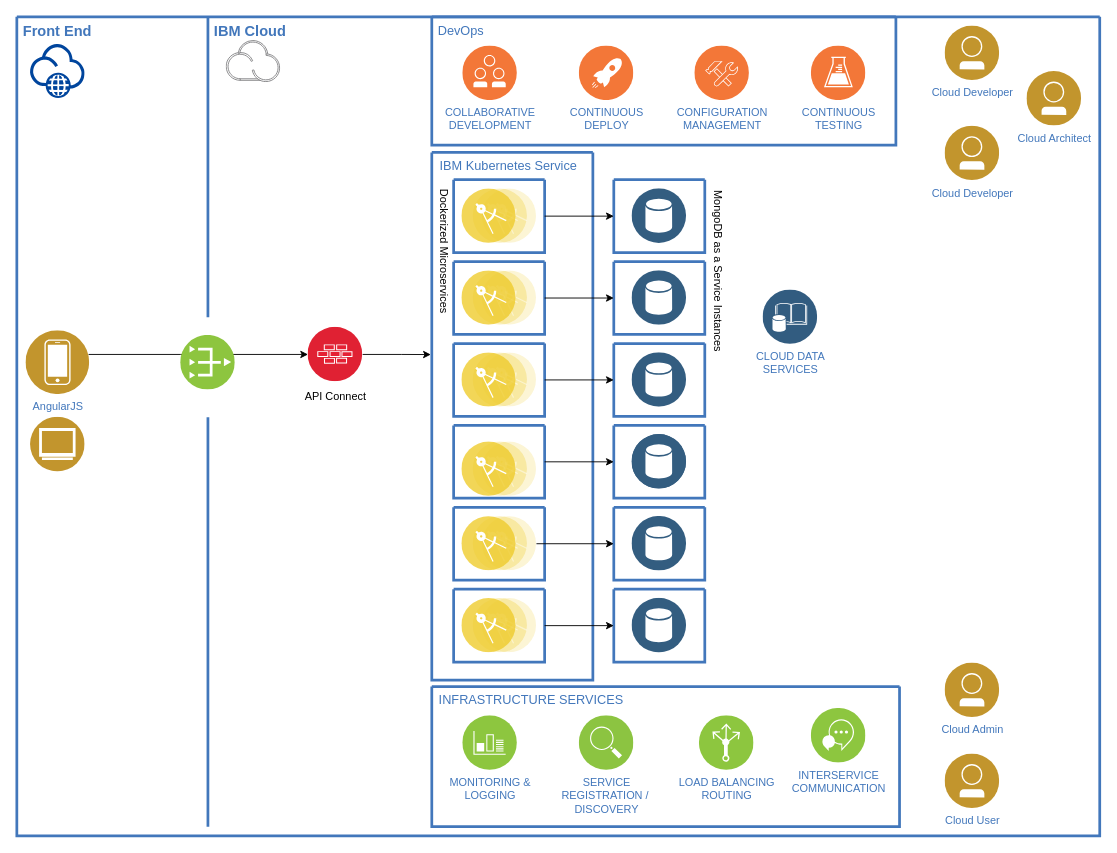
Kividi/kividi keeps this draw.io diagram as Untitled Diagram.drawio. Above is the earlier version. Source tidied: cells renumbered, new cells numbered last; positions are measured from the earlier drawing's top-left corner, leaving out a move shared by most shapes. Both pictures are drawn from the tidied source at 91%, with x=0, y=0 at pixel (16, 16).
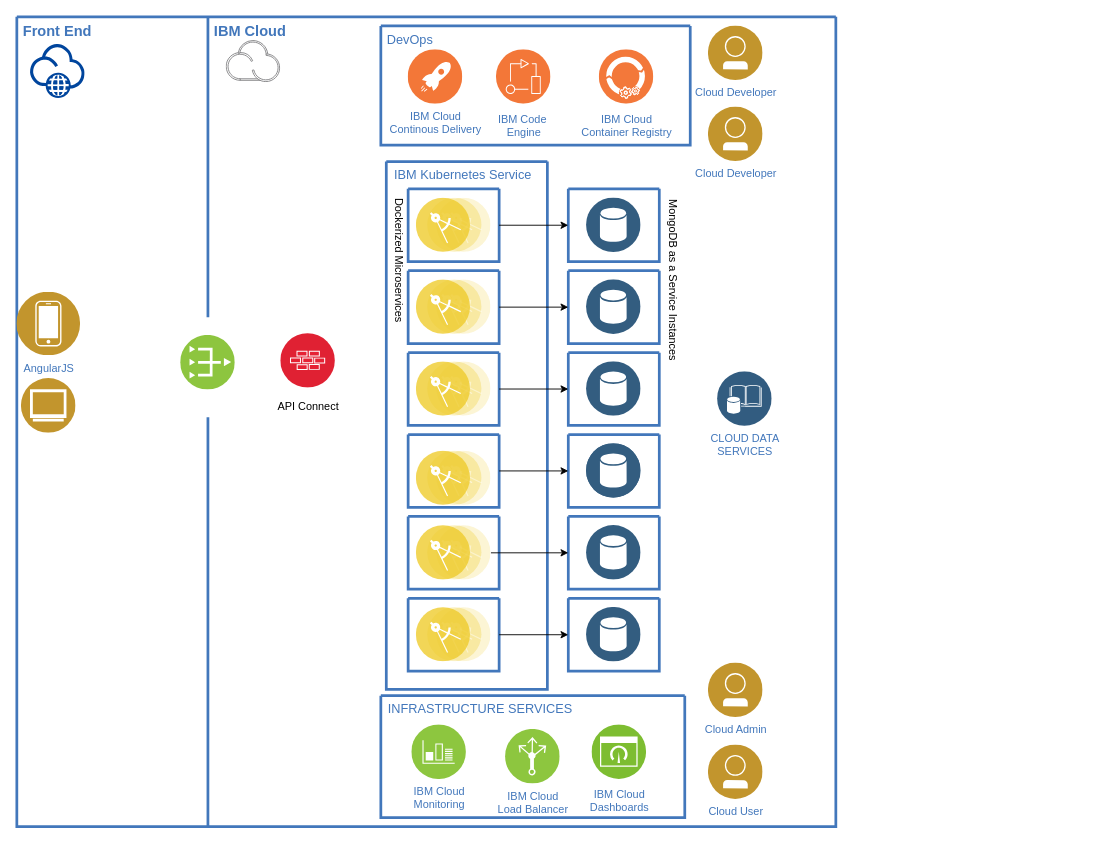
The same page after the edit.

The edit, as a diff of the source:
```diff
@@
     <mxCell id="2" style="swimlane;shadow=0;strokeColor=#4277BB;fillColor=#ffffff;fontColor=#4277BB;align=right;startSize=0;strokeWidth=3;" parent="1" vertex="1">
-      <mxGeometry width="1190" height="900" as="geometry" />
+      <mxGeometry width="900" height="890" as="geometry" />
     </mxCell>
@@
-    <mxCell id="7" value="Cloud Architect" style="perimeter=ellipsePerimeter;html=1;align=center;shadow=0;dashed=0;image;image=img/lib/ibm/users/user.svg;labelBackgroundColor=#ffffff;strokeColor=#666666;strokeWidth=3;fillColor=#C2952D;gradientColor=none;fontSize=12;fontColor=#4277BB;" parent="2" vertex="1">
-      <mxGeometry x="1110" y="60" width="60" height="60" as="geometry" />
-    </mxCell>
-    <mxCell id="8" style="edgeStyle=orthogonalEdgeStyle;rounded=0;jettySize=auto;html=1;entryX=0;entryY=0.5;entryDx=0;entryDy=0;" parent="2" edge="1" source="9" target="54">
-      <mxGeometry relative="1" as="geometry">
-        <Array as="points">
-          <mxPoint x="180" y="371" />
-          <mxPoint x="180" y="371" />
-        </Array>
-      </mxGeometry>
-    </mxCell>
     <mxCell id="9" value="AngularJS" style="perimeter=ellipsePerimeter;html=1;align=center;shadow=0;dashed=0;image;image=img/lib/ibm/users/device.svg;labelBackgroundColor=#ffffff;strokeColor=#666666;strokeWidth=3;fillColor=#C2952D;gradientColor=none;fontSize=12;fontColor=#4277BB;" parent="2" vertex="1">
-      <mxGeometry x="10" y="345" width="70" height="70" as="geometry" />
+      <mxGeometry y="302.5" width="70" height="70" as="geometry" />
     </mxCell>
     <mxCell id="10" style="swimlane;shadow=0;strokeColor=#4277BB;fillColor=#ffffff;fontColor=#4277BB;align=right;startSize=0;strokeWidth=3;" parent="2" vertex="1">
-      <mxGeometry x="456" width="510" height="141" as="geometry" />
+      <mxGeometry x="400" y="10" width="340" height="131" as="geometry" />
     </mxCell>
-    <mxCell id="11" value="COLLABORATIVE&lt;div&gt;DEVELOPMENT&lt;/div&gt;" style="perimeter=ellipsePerimeter;html=1;align=center;shadow=0;dashed=0;image;image=img/lib/ibm/devops/collaborative_development.svg;labelBackgroundColor=#ffffff;strokeColor=#666666;strokeWidth=3;fillColor=#C2952D;gradientColor=none;fontSize=12;fontColor=#4277BB;" parent="10" vertex="1">
-      <mxGeometry x="34" y="32" width="60" height="60" as="geometry" />
-    </mxCell>
-    <mxCell id="12" value="CONTINUOUS&lt;div&gt;DEPLOY&lt;/div&gt;" style="perimeter=ellipsePerimeter;html=1;align=center;shadow=0;dashed=0;image;image=img/lib/ibm/devops/continuous_deploy.svg;labelBackgroundColor=#ffffff;strokeColor=#666666;strokeWidth=3;fillColor=#C2952D;gradientColor=none;fontSize=12;fontColor=#4277BB;" parent="10" vertex="1">
-      <mxGeometry x="162" y="32" width="60" height="60" as="geometry" />
+    <mxCell id="12" value="IBM Cloud &lt;br&gt;Continous Delivery" style="perimeter=ellipsePerimeter;html=1;align=center;shadow=0;dashed=0;image;image=img/lib/ibm/devops/continuous_deploy.svg;labelBackgroundColor=#ffffff;strokeColor=#666666;strokeWidth=3;fillColor=#C2952D;gradientColor=none;fontSize=12;fontColor=#4277BB;" parent="10" vertex="1">
+      <mxGeometry x="30" y="26" width="60" height="60" as="geometry" />
     </mxCell>
-    <mxCell id="13" value="CONFIGURATION&lt;div&gt;MANAGEMENT&lt;/div&gt;" style="perimeter=ellipsePerimeter;html=1;align=center;shadow=0;dashed=0;image;image=img/lib/ibm/devops/configuration_management.svg;labelBackgroundColor=#ffffff;strokeColor=#666666;strokeWidth=3;fillColor=#C2952D;gradientColor=none;fontSize=12;fontColor=#4277BB;" parent="10" vertex="1">
-      <mxGeometry x="289" y="32" width="60" height="60" as="geometry" />
-    </mxCell>
-    <mxCell id="14" value="CONTINUOUS&lt;div&gt;TESTING&lt;/div&gt;" style="perimeter=ellipsePerimeter;html=1;align=center;shadow=0;dashed=0;image;image=img/lib/ibm/devops/continuous_testing.svg;labelBackgroundColor=#ffffff;strokeColor=#666666;strokeWidth=3;fillColor=#C2952D;gradientColor=none;fontSize=12;fontColor=#4277BB;" parent="10" vertex="1">
-      <mxGeometry x="417" y="32" width="60" height="60" as="geometry" />
-    </mxCell>
@@
+    <mxCell id="69" value="IBM Cloud &lt;br&gt;Container Registry" style="perimeter=ellipsePerimeter;html=1;align=center;shadow=0;dashed=0;fontColor=#4277BB;labelBackgroundColor=#ffffff;fontSize=12;spacingTop=3;image;image=img/lib/ibm/devops/artifact_management.svg;" parent="10" vertex="1">
+      <mxGeometry x="240" y="26" width="60" height="60" as="geometry" />
+    </mxCell>
+    <mxCell id="70" value="IBM Code&amp;nbsp;&lt;br&gt;Engine" style="perimeter=ellipsePerimeter;html=1;align=center;shadow=0;dashed=0;fontColor=#4277BB;labelBackgroundColor=#ffffff;fontSize=12;spacingTop=3;image;image=img/lib/ibm/devops/devops.svg;" parent="10" vertex="1">
+      <mxGeometry x="127" y="26" width="60" height="60" as="geometry" />
+    </mxCell>
     <mxCell id="16" style="swimlane;shadow=0;strokeColor=#4277BB;fillColor=#ffffff;fontColor=#4277BB;align=right;startSize=0;strokeWidth=3;" parent="2" vertex="1">
-      <mxGeometry x="456" y="149" width="177" height="580" as="geometry" />
+      <mxGeometry x="406" y="159" width="177" height="580" as="geometry" />
     </mxCell>
@@
     <mxCell id="51" value="CLOUD DATA&lt;div&gt;SERVICES&lt;/div&gt;" style="perimeter=ellipsePerimeter;html=1;align=center;shadow=0;dashed=0;image;image=img/lib/ibm/data/enterprise_data.svg;labelBackgroundColor=#ffffff;strokeColor=#666666;strokeWidth=3;fillColor=#C2952D;gradientColor=none;fontSize=12;fontColor=#4277BB;" parent="2" vertex="1">
-      <mxGeometry x="820" y="300" width="60" height="60" as="geometry" />
+      <mxGeometry x="770" y="390" width="60" height="60" as="geometry" />
     </mxCell>
@@
-    <mxCell id="53" style="edgeStyle=orthogonalEdgeStyle;rounded=0;jettySize=auto;html=1;exitX=1;exitY=0.5;exitDx=0;exitDy=0;entryX=-0.006;entryY=0.383;entryDx=0;entryDy=0;entryPerimeter=0;" parent="2" edge="1" source="54" target="16">
-      <mxGeometry relative="1" as="geometry">
-        <Array as="points">
-          <mxPoint x="423" y="371" />
-          <mxPoint x="423" y="372" />
-        </Array>
-      </mxGeometry>
-    </mxCell>
     <mxCell id="54" style="perimeter=ellipsePerimeter;html=1;align=center;shadow=0;dashed=0;fontColor=#4277BB;labelBackgroundColor=#ffffff;fontSize=12;spacingTop=3;image;image=img/lib/ibm/security/firewall.svg;" parent="2" vertex="1">
-      <mxGeometry x="320" y="341" width="60" height="60" as="geometry" />
+      <mxGeometry x="290" y="348" width="60" height="60" as="geometry" />
     </mxCell>
     <mxCell id="55" value="API Connect" style="text;html=1;align=center;verticalAlign=middle;strokeColor=none;fillColor=none;" parent="2" vertex="1">
-      <mxGeometry x="310" y="408" width="80" height="20" as="geometry" />
+      <mxGeometry x="280" y="417.5" width="80" height="20" as="geometry" />
     </mxCell>
     <mxCell id="56" style="swimlane;shadow=0;strokeColor=#4277BB;fillColor=#ffffff;fontColor=#4277BB;align=right;startSize=0;strokeWidth=3;" parent="2" vertex="1">
-      <mxGeometry x="456" y="736" width="514" height="154" as="geometry" />
+      <mxGeometry x="400" y="746" width="334" height="134" as="geometry" />
     </mxCell>
-    <mxCell id="57" value="MONITORING &amp;amp;&lt;div&gt;LOGGING&lt;/div&gt;" style="perimeter=ellipsePerimeter;html=1;align=center;shadow=0;dashed=0;image;image=img/lib/ibm/infrastructure/monitoring_logging.svg;labelBackgroundColor=none;strokeColor=#666666;strokeWidth=3;fillColor=#C2952D;gradientColor=none;fontSize=12;fontColor=#4277BB;" parent="56" vertex="1">
+    <mxCell id="57" value="IBM Cloud &lt;br&gt;Monitoring" style="perimeter=ellipsePerimeter;html=1;align=center;shadow=0;dashed=0;image;image=img/lib/ibm/infrastructure/monitoring_logging.svg;labelBackgroundColor=none;strokeColor=#666666;strokeWidth=3;fillColor=#C2952D;gradientColor=none;fontSize=12;fontColor=#4277BB;" parent="56" vertex="1">
       <mxGeometry x="34" y="32" width="60" height="60" as="geometry" />
     </mxCell>
-    <mxCell id="58" value="SERVICE&lt;div&gt;REGISTRATION /&amp;nbsp;&lt;/div&gt;&lt;div&gt;DISCOVERY&lt;/div&gt;" style="perimeter=ellipsePerimeter;html=1;align=center;shadow=0;dashed=0;image;image=img/lib/ibm/infrastructure/service_discovery_configuration.svg;labelBackgroundColor=none;strokeColor=#666666;strokeWidth=3;fillColor=#C2952D;gradientColor=none;fontSize=12;fontColor=#4277BB;" parent="56" vertex="1">
-      <mxGeometry x="162" y="32" width="60" height="60" as="geometry" />
-    </mxCell>
-    <mxCell id="59" value="LOAD&amp;nbsp;&lt;span&gt;BALANCING&lt;/span&gt;&lt;div&gt;ROUTING&lt;/div&gt;" style="perimeter=ellipsePerimeter;html=1;align=center;shadow=0;dashed=0;image;image=img/lib/ibm/infrastructure/load_balancing_routing.svg;labelBackgroundColor=none;strokeColor=#666666;strokeWidth=3;fillColor=#C2952D;gradientColor=none;fontSize=12;fontColor=#4277BB;" parent="56" vertex="1">
-      <mxGeometry x="294" y="32" width="60" height="60" as="geometry" />
+    <mxCell id="59" value="IBM Cloud &lt;br&gt;Load Balancer" style="perimeter=ellipsePerimeter;html=1;align=center;shadow=0;dashed=0;image;image=img/lib/ibm/infrastructure/load_balancing_routing.svg;labelBackgroundColor=none;strokeColor=#666666;strokeWidth=3;fillColor=#C2952D;gradientColor=none;fontSize=12;fontColor=#4277BB;" parent="56" vertex="1">
+      <mxGeometry x="137" y="37" width="60" height="60" as="geometry" />
     </mxCell>
-    <mxCell id="60" value="INTERSERVICE&lt;div&gt;COMMUNICATION&lt;/div&gt;" style="perimeter=ellipsePerimeter;html=1;align=center;shadow=0;dashed=0;image;image=img/lib/ibm/infrastructure/interservice_communication.svg;labelBackgroundColor=none;strokeColor=#666666;strokeWidth=3;fillColor=#C2952D;gradientColor=none;fontSize=12;fontColor=#4277BB;" parent="56" vertex="1">
-      <mxGeometry x="417" y="24" width="60" height="60" as="geometry" />
-    </mxCell>
@@
+    <mxCell id="71" value="IBM Cloud&lt;br&gt;Dashboards" style="perimeter=ellipsePerimeter;html=1;align=center;shadow=0;dashed=0;fontColor=#4277BB;labelBackgroundColor=#ffffff;fontSize=12;spacingTop=3;image;image=img/lib/ibm/infrastructure/dashboard.svg;" parent="56" vertex="1">
+      <mxGeometry x="232" y="32" width="60" height="60" as="geometry" />
+    </mxCell>
     <mxCell id="62" value="Cloud Admin" style="perimeter=ellipsePerimeter;html=1;align=center;shadow=0;dashed=0;image;image=img/lib/ibm/users/user.svg;labelBackgroundColor=#ffffff;strokeColor=#666666;strokeWidth=3;fillColor=#C2952D;gradientColor=none;fontSize=12;fontColor=#4277BB;" parent="2" vertex="1">
-      <mxGeometry x="1020" y="710" width="60" height="60" as="geometry" />
+      <mxGeometry x="760" y="710" width="60" height="60" as="geometry" />
     </mxCell>
     <mxCell id="63" value="Cloud Developer" style="perimeter=ellipsePerimeter;html=1;align=center;shadow=0;dashed=0;image;image=img/lib/ibm/users/user.svg;labelBackgroundColor=#ffffff;strokeColor=#666666;strokeWidth=3;fillColor=#C2952D;gradientColor=none;fontSize=12;fontColor=#4277BB;" parent="2" vertex="1">
-      <mxGeometry x="1020" y="120" width="60" height="60" as="geometry" />
+      <mxGeometry x="760" y="99" width="60" height="60" as="geometry" />
     </mxCell>
     <mxCell id="64" value="Cloud Developer" style="perimeter=ellipsePerimeter;html=1;align=center;shadow=0;dashed=0;image;image=img/lib/ibm/users/user.svg;labelBackgroundColor=#ffffff;strokeColor=#666666;strokeWidth=3;fillColor=#C2952D;gradientColor=none;fontSize=12;fontColor=#4277BB;" parent="2" vertex="1">
-      <mxGeometry x="1020" y="10" width="60" height="60" as="geometry" />
+      <mxGeometry x="760" y="10" width="60" height="60" as="geometry" />
     </mxCell>
     <mxCell id="65" value="Cloud User" style="perimeter=ellipsePerimeter;html=1;align=center;shadow=0;dashed=0;image;image=img/lib/ibm/users/user.svg;labelBackgroundColor=#ffffff;strokeColor=#666666;strokeWidth=3;fillColor=#C2952D;gradientColor=none;fontSize=12;fontColor=#4277BB;" parent="2" vertex="1">
-      <mxGeometry x="1020" y="810" width="60" height="60" as="geometry" />
+      <mxGeometry x="760" y="800" width="60" height="60" as="geometry" />
     </mxCell>
     <mxCell id="66" style="perimeter=ellipsePerimeter;html=1;align=center;shadow=0;dashed=0;fontColor=#4277BB;labelBackgroundColor=#ffffff;fontSize=12;spacingTop=3;image;image=img/lib/ibm/users/browser.svg;" parent="2" vertex="1">
-      <mxGeometry x="15" y="440" width="60" height="60" as="geometry" />
+      <mxGeometry x="5" y="397.5" width="60" height="60" as="geometry" />
     </mxCell>
```
